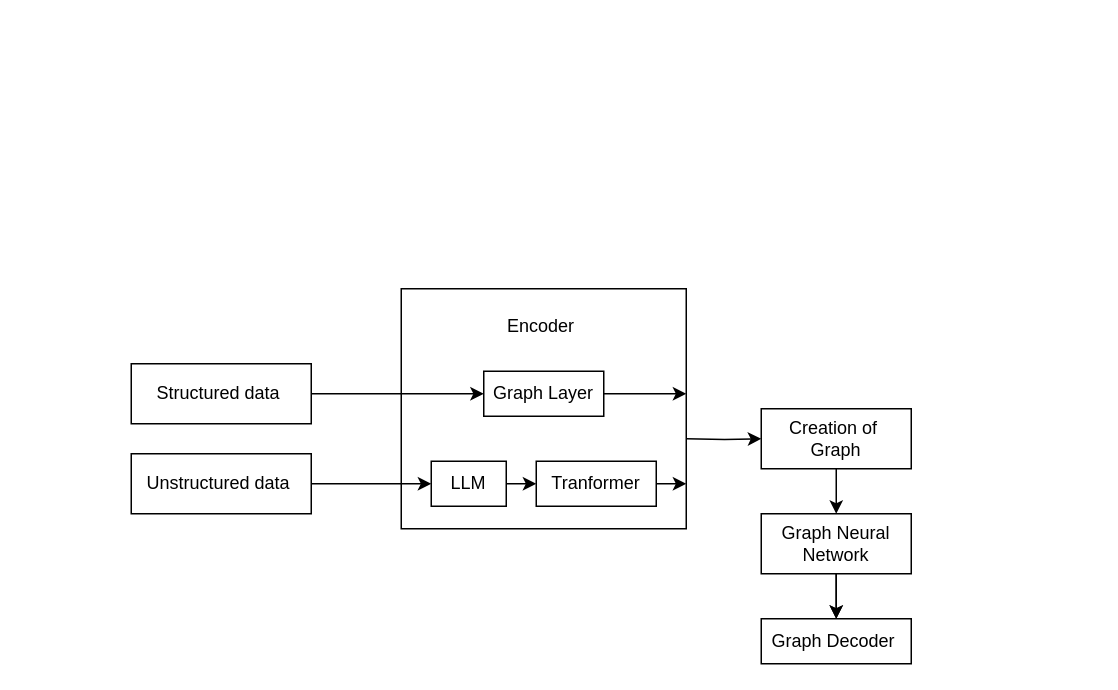
This is FYP_Architecture.drawio from Charlie174/Draw.io, a draw.io file, before an edit. Source tidied: cells renumbered, new cells numbered last; positions are measured from the earlier drawing's top-left corner, leaving out a move shared by most shapes. Both pictures are drawn from the tidied source at 150%, with x=0, y=0 at pixel (130, 288).
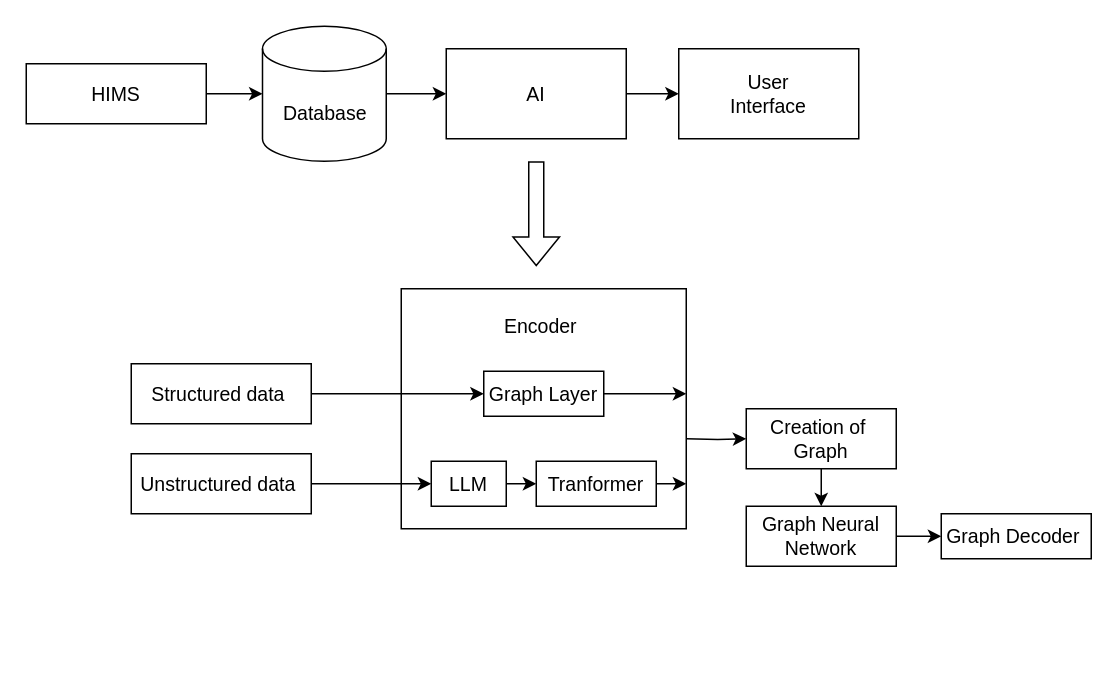
The same diagram, later.

Commit message:
whole plan in mind

The edit, as a diff of the source:
```diff
@@
-    <mxCell id="2" style="edgeStyle=orthogonalEdgeStyle;rounded=0;jettySize=auto;html=1;entryX=0;entryY=0.5;entryDx=0;entryDy=0;" parent="1" edge="1" target="9">
+    <mxCell id="2" style="edgeStyle=orthogonalEdgeStyle;rounded=0;jettySize=auto;html=1;entryX=0;entryY=0.5;entryDx=0;entryDy=0;fontSize=13;" parent="1" edge="1" target="9">
       <mxGeometry relative="1" as="geometry">
         <mxPoint x="370" y="100" as="sourcePoint" />
       </mxGeometry>
     </mxCell>
-    <mxCell id="3" style="rounded=0;whiteSpace=wrap;html=1;" parent="1" vertex="1">
+    <mxCell id="3" style="rounded=0;whiteSpace=wrap;html=1;fontSize=13;" parent="1" vertex="1">
       <mxGeometry x="180" width="190" height="160" as="geometry" />
     </mxCell>
-    <mxCell id="4" style="edgeStyle=orthogonalEdgeStyle;rounded=0;jettySize=auto;html=1;exitX=1;exitY=0.5;exitDx=0;exitDy=0;entryX=0;entryY=0.5;entryDx=0;entryDy=0;" parent="1" edge="1" source="5" target="13">
+    <mxCell id="4" style="edgeStyle=orthogonalEdgeStyle;rounded=0;jettySize=auto;html=1;exitX=1;exitY=0.5;exitDx=0;exitDy=0;entryX=0;entryY=0.5;entryDx=0;entryDy=0;fontSize=13;" parent="1" edge="1" source="5" target="13">
       <mxGeometry relative="1" as="geometry" />
     </mxCell>
-    <mxCell id="5" value="Structured data&amp;nbsp;" style="rounded=0;whiteSpace=wrap;html=1;" parent="1" vertex="1">
+    <mxCell id="5" value="Structured data&amp;nbsp;" style="rounded=0;whiteSpace=wrap;html=1;fontSize=13;" parent="1" vertex="1">
       <mxGeometry y="50" width="120" height="40" as="geometry" />
     </mxCell>
-    <mxCell id="6" style="edgeStyle=orthogonalEdgeStyle;rounded=0;jettySize=auto;html=1;exitX=1;exitY=0.5;exitDx=0;exitDy=0;entryX=0;entryY=0.5;entryDx=0;entryDy=0;" parent="1" edge="1" source="7" target="11">
+    <mxCell id="6" style="edgeStyle=orthogonalEdgeStyle;rounded=0;jettySize=auto;html=1;exitX=1;exitY=0.5;exitDx=0;exitDy=0;entryX=0;entryY=0.5;entryDx=0;entryDy=0;fontSize=13;" parent="1" edge="1" source="7" target="11">
       <mxGeometry relative="1" as="geometry" />
     </mxCell>
-    <mxCell id="7" value="Unstructured data&amp;nbsp;" style="rounded=0;whiteSpace=wrap;html=1;" parent="1" vertex="1">
+    <mxCell id="7" value="Unstructured data&amp;nbsp;" style="rounded=0;whiteSpace=wrap;html=1;fontSize=13;" parent="1" vertex="1">
       <mxGeometry y="110" width="120" height="40" as="geometry" />
     </mxCell>
-    <mxCell id="8" style="edgeStyle=orthogonalEdgeStyle;rounded=0;jettySize=auto;html=1;exitX=0.5;exitY=1;exitDx=0;exitDy=0;entryX=0.5;entryY=0;entryDx=0;entryDy=0;" parent="1" edge="1" source="9" target="16">
+    <mxCell id="8" style="edgeStyle=orthogonalEdgeStyle;rounded=0;jettySize=auto;html=1;exitX=0.5;exitY=1;exitDx=0;exitDy=0;entryX=0.5;entryY=0;entryDx=0;entryDy=0;fontSize=13;" parent="1" edge="1" source="9" target="16">
       <mxGeometry relative="1" as="geometry" />
     </mxCell>
-    <mxCell id="9" value="Creation of&amp;nbsp;&lt;div&gt;Graph&lt;/div&gt;" style="rounded=0;whiteSpace=wrap;html=1;" parent="1" vertex="1">
-      <mxGeometry x="420" y="80" width="100" height="40" as="geometry" />
+    <mxCell id="9" value="Creation of&amp;nbsp;&lt;div&gt;Graph&lt;/div&gt;" style="rounded=0;whiteSpace=wrap;html=1;fontSize=13;" parent="1" vertex="1">
+      <mxGeometry x="410" y="80" width="100" height="40" as="geometry" />
     </mxCell>
-    <mxCell id="10" style="edgeStyle=orthogonalEdgeStyle;rounded=0;jettySize=auto;html=1;exitX=1;exitY=0.5;exitDx=0;exitDy=0;entryX=0;entryY=0.5;entryDx=0;entryDy=0;" parent="1" edge="1" source="11" target="18">
+    <mxCell id="10" style="edgeStyle=orthogonalEdgeStyle;rounded=0;jettySize=auto;html=1;exitX=1;exitY=0.5;exitDx=0;exitDy=0;entryX=0;entryY=0.5;entryDx=0;entryDy=0;fontSize=13;" parent="1" edge="1" source="11" target="18">
       <mxGeometry relative="1" as="geometry" />
     </mxCell>
-    <mxCell id="11" value="LLM" style="rounded=0;whiteSpace=wrap;html=1;" parent="1" vertex="1">
+    <mxCell id="11" value="LLM" style="rounded=0;whiteSpace=wrap;html=1;fontSize=13;" parent="1" vertex="1">
       <mxGeometry x="200" y="115" width="50" height="30" as="geometry" />
     </mxCell>
-    <mxCell id="12" style="edgeStyle=orthogonalEdgeStyle;rounded=0;jettySize=auto;html=1;exitX=1;exitY=0.5;exitDx=0;exitDy=0;" parent="1" edge="1" source="13">
+    <mxCell id="12" style="edgeStyle=orthogonalEdgeStyle;rounded=0;jettySize=auto;html=1;exitX=1;exitY=0.5;exitDx=0;exitDy=0;fontSize=13;" parent="1" edge="1" source="13">
       <mxGeometry relative="1" as="geometry">
         <mxPoint x="370" y="70" as="targetPoint" />
         <Array as="points">
           <mxPoint x="360" y="70" />
           <mxPoint x="360" y="70" />
         </Array>
       </mxGeometry>
     </mxCell>
-    <mxCell id="13" value="Graph Layer" style="rounded=0;whiteSpace=wrap;html=1;" parent="1" vertex="1">
+    <mxCell id="13" value="Graph Layer" style="rounded=0;whiteSpace=wrap;html=1;fontSize=13;" parent="1" vertex="1">
       <mxGeometry x="235" y="55" width="80" height="30" as="geometry" />
     </mxCell>
-    <mxCell id="14" style="edgeStyle=orthogonalEdgeStyle;rounded=0;jettySize=auto;html=1;exitX=0.5;exitY=1;exitDx=0;exitDy=0;entryX=0.5;entryY=0;entryDx=0;entryDy=0;" parent="1" edge="1" source="16" target="19">
-      <mxGeometry relative="1" as="geometry" />
-    </mxCell>
-    <mxCell id="15" style="edgeStyle=orthogonalEdgeStyle;rounded=0;jettySize=auto;html=1;" parent="1" edge="1" source="16" target="19">
-      <mxGeometry relative="1" as="geometry" />
-    </mxCell>
+    <mxCell id="21" style="edgeStyle=orthogonalEdgeStyle;rounded=0;jettySize=auto;html=1;exitX=1;exitY=0.5;exitDx=0;exitDy=0;fontSize=13;" parent="1" edge="1" source="16" target="19">
+      <mxGeometry relative="1" as="geometry" />
+    </mxCell>
-    <mxCell id="16" value="Graph Neural Network" style="rounded=0;whiteSpace=wrap;html=1;" parent="1" vertex="1">
-      <mxGeometry x="420" y="150" width="100" height="40" as="geometry" />
+    <mxCell id="16" value="Graph Neural Network" style="rounded=0;whiteSpace=wrap;html=1;fontSize=13;" parent="1" vertex="1">
+      <mxGeometry x="410" y="145" width="100" height="40" as="geometry" />
     </mxCell>
-    <mxCell id="17" style="edgeStyle=orthogonalEdgeStyle;rounded=0;jettySize=auto;html=1;exitX=1;exitY=0.5;exitDx=0;exitDy=0;" parent="1" edge="1" source="18">
+    <mxCell id="17" style="edgeStyle=orthogonalEdgeStyle;rounded=0;jettySize=auto;html=1;exitX=1;exitY=0.5;exitDx=0;exitDy=0;fontSize=13;" parent="1" edge="1" source="18">
       <mxGeometry relative="1" as="geometry">
         <mxPoint x="370" y="130" as="targetPoint" />
       </mxGeometry>
     </mxCell>
-    <mxCell id="18" value="Tranformer" style="rounded=0;whiteSpace=wrap;html=1;" parent="1" vertex="1">
+    <mxCell id="18" value="Tranformer" style="rounded=0;whiteSpace=wrap;html=1;fontSize=13;" parent="1" vertex="1">
       <mxGeometry x="270" y="115" width="80" height="30" as="geometry" />
     </mxCell>
-    <mxCell id="19" value="Graph Decoder&amp;nbsp;" style="rounded=0;whiteSpace=wrap;html=1;" parent="1" vertex="1">
-      <mxGeometry x="420" y="220" width="100" height="30" as="geometry" />
+    <mxCell id="19" value="Graph Decoder&amp;nbsp;" style="rounded=0;whiteSpace=wrap;html=1;fontSize=13;" parent="1" vertex="1">
+      <mxGeometry x="540" y="150" width="100" height="30" as="geometry" />
     </mxCell>
-    <mxCell id="20" value="Encoder&amp;nbsp;" style="rounded=0;whiteSpace=wrap;html=1;strokeColor=none;fillColor=none;" parent="1" vertex="1">
+    <mxCell id="20" value="Encoder&amp;nbsp;" style="rounded=0;whiteSpace=wrap;html=1;strokeColor=none;fillColor=none;fontSize=13;" parent="1" vertex="1">
       <mxGeometry x="215" y="10" width="120" height="30" as="geometry" />
     </mxCell>
+    <mxCell id="22" value="HIMS" style="rounded=0;whiteSpace=wrap;html=1;fontSize=13;" parent="1" vertex="1">
+      <mxGeometry x="-70" y="-150" width="120" height="40" as="geometry" />
+    </mxCell>
+    <mxCell id="23" style="edgeStyle=orthogonalEdgeStyle;rounded=0;jettySize=auto;html=1;exitX=1;exitY=0.5;exitDx=0;exitDy=0;exitPerimeter=0;entryX=0;entryY=0.5;entryDx=0;entryDy=0;fontSize=13;" parent="1" edge="1" source="24" target="26">
+      <mxGeometry relative="1" as="geometry" />
+    </mxCell>
+    <mxCell id="24" value="Database" style="shape=cylinder3;whiteSpace=wrap;html=1;boundedLbl=1;backgroundOutline=1;size=15;fontSize=13;" parent="1" vertex="1">
+      <mxGeometry x="87.5" y="-175" width="82.5" height="90" as="geometry" />
+    </mxCell>
+    <mxCell id="25" style="edgeStyle=orthogonalEdgeStyle;rounded=0;jettySize=auto;html=1;exitX=1;exitY=0.5;exitDx=0;exitDy=0;entryX=0;entryY=0.5;entryDx=0;entryDy=0;fontSize=13;" parent="1" edge="1" source="26" target="27">
+      <mxGeometry relative="1" as="geometry" />
+    </mxCell>
+    <mxCell id="26" value="AI" style="rounded=0;whiteSpace=wrap;html=1;fontSize=13;" parent="1" vertex="1">
+      <mxGeometry x="210" y="-160" width="120" height="60" as="geometry" />
+    </mxCell>
+    <mxCell id="27" value="User&lt;br&gt;Interface" style="rounded=0;whiteSpace=wrap;html=1;fontSize=13;" parent="1" vertex="1">
+      <mxGeometry x="365" y="-160" width="120" height="60" as="geometry" />
+    </mxCell>
+    <mxCell id="28" style="edgeStyle=orthogonalEdgeStyle;rounded=0;jettySize=auto;html=1;exitX=1;exitY=0.5;exitDx=0;exitDy=0;entryX=0;entryY=0.5;entryDx=0;entryDy=0;entryPerimeter=0;fontSize=13;" parent="1" edge="1" source="22" target="24">
+      <mxGeometry relative="1" as="geometry" />
+    </mxCell>
+    <mxCell id="29" style="shape=flexArrow;endArrow=classic;html=1;rounded=0;fontSize=13;" parent="1" edge="1">
+      <mxGeometry relative="1" as="geometry">
+        <mxPoint x="270" y="-85" as="sourcePoint" />
+        <mxPoint x="270" y="-15" as="targetPoint" />
+      </mxGeometry>
+    </mxCell>
```
